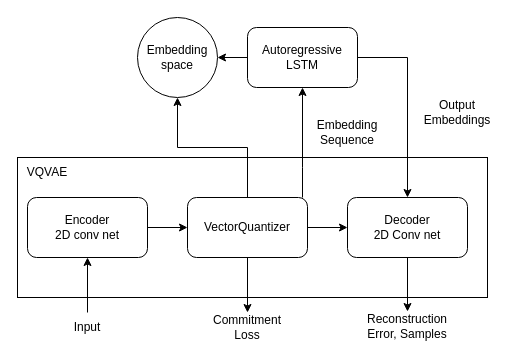
Above: final_report/vqvae.drawio in kyuilisworking/cs236-bach-gen (draw.io), before the change. Source tidied: cells renumbered, new cells numbered last; positions are measured from the earlier drawing's top-left corner, leaving out a move shared by most shapes. Both pictures are drawn from the tidied source at 100%, with x=0, y=0 at pixel (17, 17).
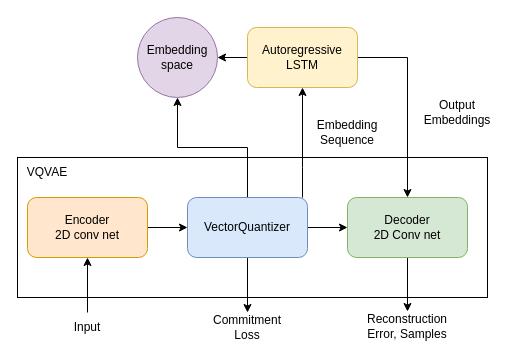
The same page after the edit.

Diff of the diagram source:
```diff
@@
-    <mxCell id="5" value="Encoder&lt;br&gt;2D conv net" style="rounded=1;whiteSpace=wrap;html=1;" parent="1" vertex="1">
+    <mxCell id="5" value="Encoder&lt;br&gt;2D conv net" style="rounded=1;whiteSpace=wrap;html=1;fillColor=#ffe6cc;strokeColor=#d79b00;" parent="1" vertex="1">
       <mxGeometry x="10" y="180" width="120" height="60" as="geometry" />
     </mxCell>
@@
-    <mxCell id="10" value="VectorQuantizer" style="rounded=1;whiteSpace=wrap;html=1;" parent="1" vertex="1">
+    <mxCell id="10" value="VectorQuantizer" style="rounded=1;whiteSpace=wrap;html=1;fillColor=#dae8fc;strokeColor=#6c8ebf;" parent="1" vertex="1">
       <mxGeometry x="170" y="180" width="120" height="60" as="geometry" />
     </mxCell>
@@
-    <mxCell id="12" value="Decoder&lt;br&gt;2D Conv net" style="rounded=1;whiteSpace=wrap;html=1;" parent="1" vertex="1">
+    <mxCell id="12" value="Decoder&lt;br&gt;2D Conv net" style="rounded=1;whiteSpace=wrap;html=1;fillColor=#d5e8d4;strokeColor=#82b366;" parent="1" vertex="1">
       <mxGeometry x="330" y="180" width="120" height="60" as="geometry" />
     </mxCell>
@@
-    <mxCell id="15" value="Embedding space" style="ellipse;whiteSpace=wrap;html=1;" parent="1" vertex="1">
+    <mxCell id="15" value="Embedding space" style="ellipse;whiteSpace=wrap;html=1;fillColor=#e1d5e7;strokeColor=#9673a6;" parent="1" vertex="1">
       <mxGeometry x="120" width="80" height="80" as="geometry" />
     </mxCell>
@@
-    <mxCell id="18" value="Autoregressive &lt;br&gt;LSTM" style="rounded=1;whiteSpace=wrap;html=1;" parent="1" vertex="1">
+    <mxCell id="18" value="Autoregressive &lt;br&gt;LSTM" style="rounded=1;whiteSpace=wrap;html=1;fillColor=#fff2cc;strokeColor=#d6b656;" parent="1" vertex="1">
       <mxGeometry x="230" y="10" width="110" height="60" as="geometry" />
     </mxCell>
```
